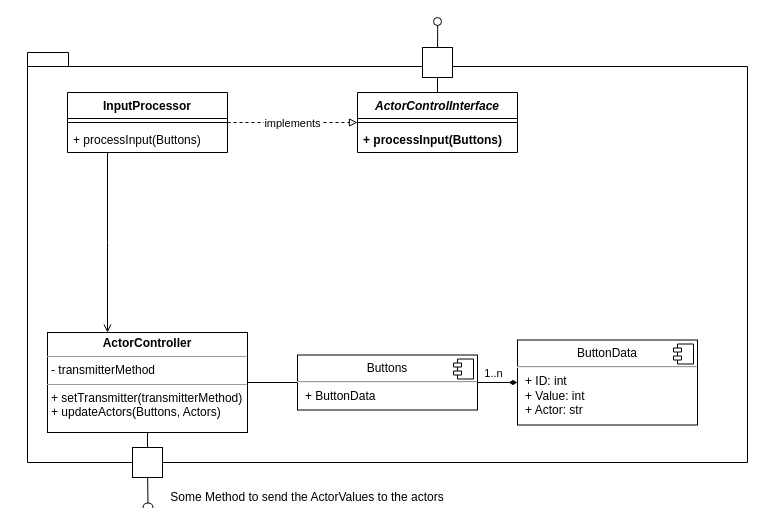
Above: ActorControl/Architecture/MotorControlArchitecture.drawio in Uhgtred/HomeExplorer (draw.io), before the change. Source tidied: cells renumbered, new cells numbered last; positions are measured from the earlier drawing's top-left corner, leaving out a move shared by most shapes. Both pictures are drawn from the tidied source at 100%, with x=0, y=0 at pixel (27, 17).
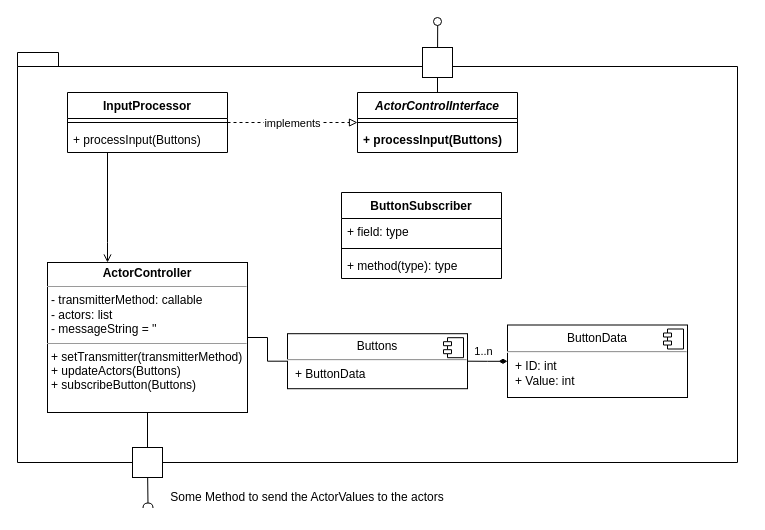
Above is the later version.

The edit, as a diff of the source:
```diff
@@
     <mxCell id="2" style="shape=folder;fontStyle=1;spacingTop=10;tabWidth=40;tabHeight=14;tabPosition=left;html=1;" parent="1" vertex="1">
-      <mxGeometry y="35" width="720" height="410" as="geometry" />
+      <mxGeometry x="-10" y="35" width="720" height="410" as="geometry" />
     </mxCell>
@@
     <mxCell id="6" value="&lt;p style=&quot;margin:0px;margin-top:6px;text-align:center;&quot;&gt;Buttons&lt;/p&gt;&lt;hr&gt;&lt;p style=&quot;margin:0px;margin-left:8px;&quot;&gt;+ ButtonData&lt;/p&gt;" style="align=left;overflow=fill;html=1;" parent="1" vertex="1">
-      <mxGeometry x="270" y="337.5" width="180" height="55" as="geometry" />
+      <mxGeometry x="260" y="316.2" width="180" height="55" as="geometry" />
     </mxCell>
@@
-    <mxCell id="14" value="&lt;p style=&quot;margin:0px;margin-top:4px;text-align:center;&quot;&gt;&lt;b&gt;ActorController&lt;/b&gt;&lt;/p&gt;&lt;hr size=&quot;1&quot;&gt;&lt;p style=&quot;margin:0px;margin-left:4px;&quot;&gt;- transmitterMethod&lt;/p&gt;&lt;hr size=&quot;1&quot;&gt;&lt;p style=&quot;margin:0px;margin-left:4px;&quot;&gt;+ setTransmitter(transmitterMethod)&lt;/p&gt;&lt;p style=&quot;margin:0px;margin-left:4px;&quot;&gt;+ updateActors(Buttons, Actors)&lt;br&gt;&lt;/p&gt;" style="verticalAlign=top;align=left;overflow=fill;fontSize=12;fontFamily=Helvetica;html=1;" parent="1" vertex="1">
-      <mxGeometry x="20" y="315" width="200" height="100" as="geometry" />
+    <mxCell id="14" value="&lt;p style=&quot;margin:0px;margin-top:4px;text-align:center;&quot;&gt;&lt;b&gt;ActorController&lt;/b&gt;&lt;/p&gt;&lt;hr size=&quot;1&quot;&gt;&lt;p style=&quot;margin:0px;margin-left:4px;&quot;&gt;- transmitterMethod: callable&lt;/p&gt;&lt;p style=&quot;margin:0px;margin-left:4px;&quot;&gt;- actors: list&amp;nbsp;&lt;/p&gt;&lt;p style=&quot;margin:0px;margin-left:4px;&quot;&gt;- messageString = ''&lt;/p&gt;&lt;hr size=&quot;1&quot;&gt;&lt;p style=&quot;margin:0px;margin-left:4px;&quot;&gt;+ setTransmitter(transmitterMethod)&lt;/p&gt;&lt;p style=&quot;margin:0px;margin-left:4px;&quot;&gt;+ updateActors(Buttons)&lt;br&gt;&lt;/p&gt;&lt;p style=&quot;margin:0px;margin-left:4px;&quot;&gt;+ subscribeButton(Buttons)&lt;/p&gt;" style="verticalAlign=top;align=left;overflow=fill;fontSize=12;fontFamily=Helvetica;html=1;" parent="1" vertex="1">
+      <mxGeometry x="20" y="245" width="200" height="150" as="geometry" />
     </mxCell>
@@
-    <mxCell id="29" value="&lt;p style=&quot;margin:0px;margin-top:6px;text-align:center;&quot;&gt;ButtonData&lt;/p&gt;&lt;hr&gt;&lt;p style=&quot;margin:0px;margin-left:8px;&quot;&gt;+ ID: int&lt;/p&gt;&lt;p style=&quot;margin:0px;margin-left:8px;&quot;&gt;+ Value: int&lt;/p&gt;&lt;p style=&quot;margin:0px;margin-left:8px;&quot;&gt;+ Actor: str&lt;/p&gt;" style="align=left;overflow=fill;html=1;" parent="1" vertex="1">
-      <mxGeometry x="490" y="322.5" width="180" height="85" as="geometry" />
+    <mxCell id="29" value="&lt;p style=&quot;margin:0px;margin-top:6px;text-align:center;&quot;&gt;ButtonData&lt;/p&gt;&lt;hr&gt;&lt;p style=&quot;margin:0px;margin-left:8px;&quot;&gt;+ ID: int&lt;/p&gt;&lt;p style=&quot;margin:0px;margin-left:8px;&quot;&gt;+ Value: int&lt;/p&gt;" style="align=left;overflow=fill;html=1;" parent="1" vertex="1">
+      <mxGeometry x="480" y="307.5" width="180" height="72.5" as="geometry" />
     </mxCell>
@@
+    <mxCell id="31" value="ButtonSubscriber" style="swimlane;fontStyle=1;align=center;verticalAlign=top;horizontal=1;startSize=26;" parent="1" vertex="1">
+      <mxGeometry x="314" y="175" width="160" height="86" as="geometry" />
+    </mxCell>
+    <mxCell id="32" value="+ field: type" style="text;strokeColor=none;fillColor=none;align=left;verticalAlign=top;spacingLeft=4;spacingRight=4;overflow=hidden;" parent="31" vertex="1">
+      <mxGeometry y="26" width="160" height="26" as="geometry" />
+    </mxCell>
+    <mxCell id="33" style="line;strokeWidth=1;fillColor=none;align=left;verticalAlign=middle;spacingTop=-1;spacingLeft=3;spacingRight=3;labelPosition=right;strokeColor=inherit;" parent="31" vertex="1">
+      <mxGeometry y="52" width="160" height="8" as="geometry" />
+    </mxCell>
+    <mxCell id="34" value="+ method(type): type" style="text;strokeColor=none;fillColor=none;align=left;verticalAlign=top;spacingLeft=4;spacingRight=4;overflow=hidden;" parent="31" vertex="1">
+      <mxGeometry y="60" width="160" height="26" as="geometry" />
+    </mxCell>
```
